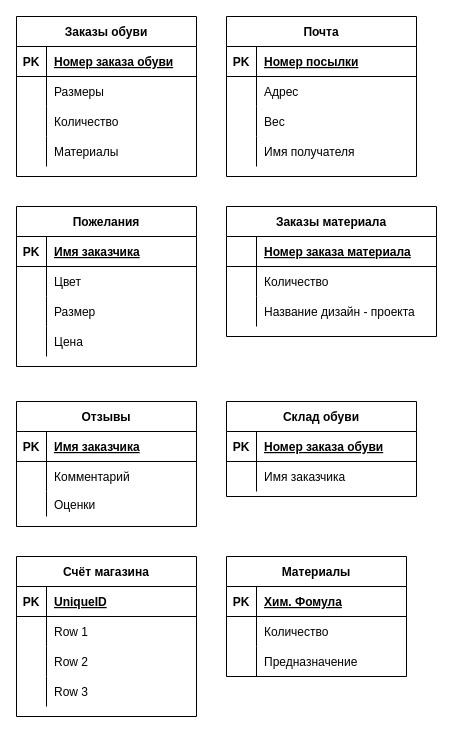
Before: Er.drawio in MorozovStanislav/Repozitory, a draw.io diagram. Source tidied: cells renumbered, new cells numbered last; positions are measured from the earlier drawing's top-left corner, leaving out a move shared by most shapes. Both pictures are drawn from the tidied source at 100%, with x=0, y=0 at pixel (16, 16).
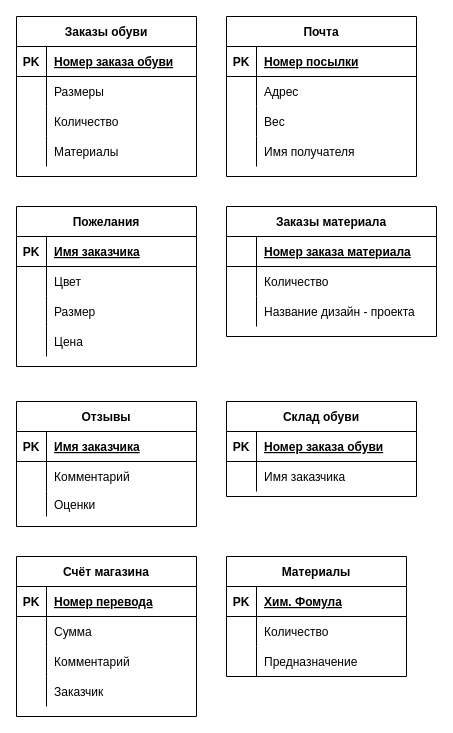
After the change.

Unchanged cells that the change refers to:
```xml
<mxCell id="62" style="shape=partialRectangle;fillColor=none;top=0;left=0;bottom=1;right=0;" parent="61" vertex="1">
  <mxGeometry y="30" width="180" height="30" as="geometry" />
</mxCell>
<mxCell id="65" style="shape=partialRectangle;fillColor=none;top=0;left=0;bottom=0;right=0;" parent="61" vertex="1">
  <mxGeometry y="60" width="180" height="30" as="geometry" />
</mxCell>
<mxCell id="68" style="shape=partialRectangle;fillColor=none;top=0;left=0;bottom=0;right=0;" parent="61" vertex="1">
  <mxGeometry y="90" width="180" height="30" as="geometry" />
</mxCell>
<mxCell id="71" style="shape=partialRectangle;fillColor=none;top=0;left=0;bottom=0;right=0;" parent="61" vertex="1">
  <mxGeometry y="120" width="180" height="30" as="geometry" />
</mxCell>
```

Diff of the diagram source:
```diff
@@
-    <mxCell id="64" value="UniqueID" style="shape=partialRectangle;fillColor=none;top=0;left=0;bottom=0;right=0;align=left;spacingLeft=6;fontStyle=5;overflow=hidden;" parent="62" vertex="1">
+    <mxCell id="64" value="Номер перевода" style="shape=partialRectangle;fillColor=none;top=0;left=0;bottom=0;right=0;align=left;spacingLeft=6;fontStyle=5;overflow=hidden;" parent="62" vertex="1">
       <mxGeometry x="30" width="150" height="30" as="geometry" />
     </mxCell>
@@
-    <mxCell id="67" value="Row 1" style="shape=partialRectangle;fillColor=none;top=0;left=0;bottom=0;right=0;align=left;spacingLeft=6;overflow=hidden;" parent="65" vertex="1">
+    <mxCell id="67" value="Сумма" style="shape=partialRectangle;fillColor=none;top=0;left=0;bottom=0;right=0;align=left;spacingLeft=6;overflow=hidden;" parent="65" vertex="1">
       <mxGeometry x="30" width="150" height="30" as="geometry" />
     </mxCell>
@@
-    <mxCell id="70" value="Row 2" style="shape=partialRectangle;fillColor=none;top=0;left=0;bottom=0;right=0;align=left;spacingLeft=6;overflow=hidden;" parent="68" vertex="1">
+    <mxCell id="70" value="Комментарий" style="shape=partialRectangle;fillColor=none;top=0;left=0;bottom=0;right=0;align=left;spacingLeft=6;overflow=hidden;" parent="68" vertex="1">
       <mxGeometry x="30" width="150" height="30" as="geometry" />
     </mxCell>
@@
-    <mxCell id="73" value="Row 3" style="shape=partialRectangle;fillColor=none;top=0;left=0;bottom=0;right=0;align=left;spacingLeft=6;overflow=hidden;" parent="71" vertex="1">
+    <mxCell id="73" value="Заказчик" style="shape=partialRectangle;fillColor=none;top=0;left=0;bottom=0;right=0;align=left;spacingLeft=6;overflow=hidden;" parent="71" vertex="1">
       <mxGeometry x="30" width="150" height="30" as="geometry" />
     </mxCell>
```
